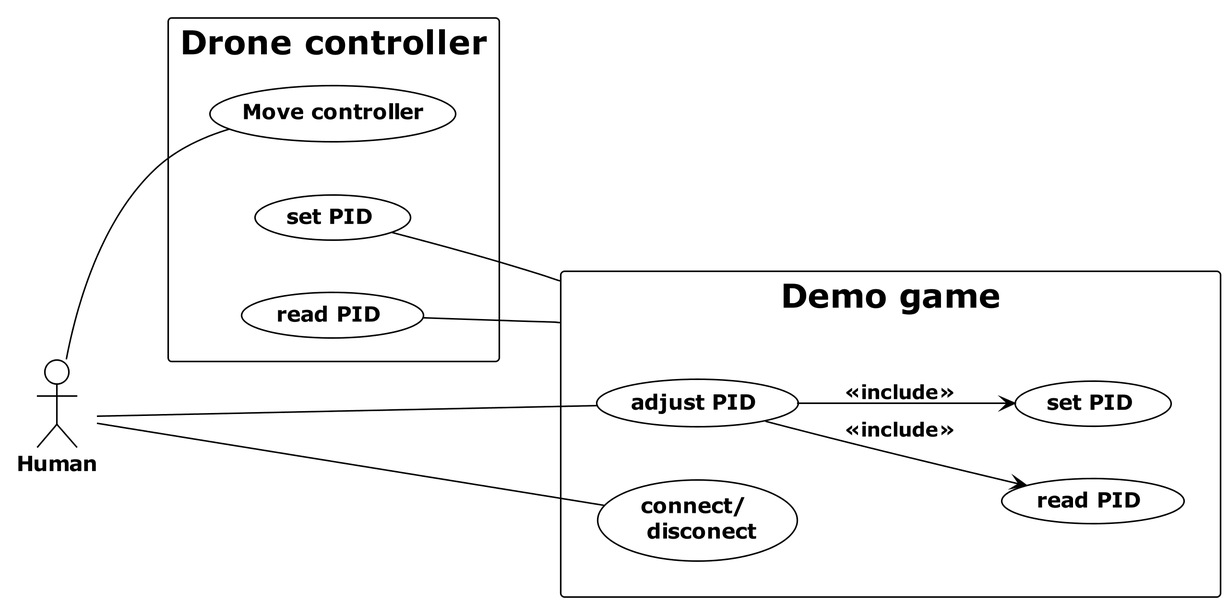
Above: docs/content/diagrams/out/usecase/usecaseControl.png in sirtheta/Drohnensteuerung (PlantUML), before the change. Its diagram source:
```plantuml
@startuml usecaseControl
!theme plain
skinparam dpi 300
left to right direction
actor "Human" as human
rectangle "Drone controller" {
  usecase "Move controller" as UC1
  usecase "set PID" as UC2
  usecase "read PID" as UC4
}

rectangle "Demo game" as game {
  usecase "adjust PID" as UC3
  usecase "read PID" as inc1
  usecase "set PID" as inc2
  usecase "connect/ \n disconect" as UC5
}

human -- UC1
UC2 -- game
UC4 -- game
human -- UC3
human -- UC5
UC3 --> inc1: <<include>>
UC3 --> inc2: <<include>>
@enduml
```
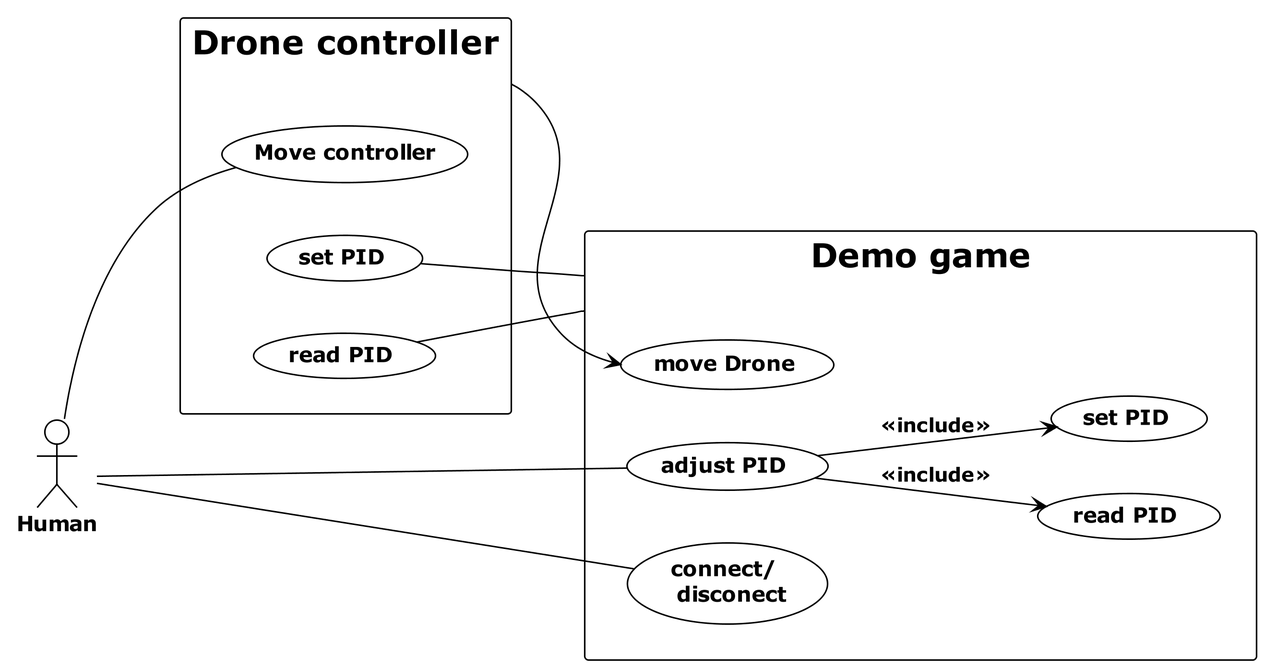
After the change.

The edit, as a diff of the source:
```diff
@@ -3,7 +3,7 @@
 skinparam dpi 300
 left to right direction
 actor "Human" as human
-rectangle "Drone controller" {
+rectangle "Drone controller" as ctrl {
   usecase "Move controller" as UC1
   usecase "set PID" as UC2
   usecase "read PID" as UC4
@@ -14,8 +14,10 @@
   usecase "read PID" as inc1
   usecase "set PID" as inc2
   usecase "connect/ \n disconect" as UC5
+  usecase "move Drone" as dr
 }
 
+ctrl --> dr
 human -- UC1
 UC2 -- game
 UC4 -- game
```
